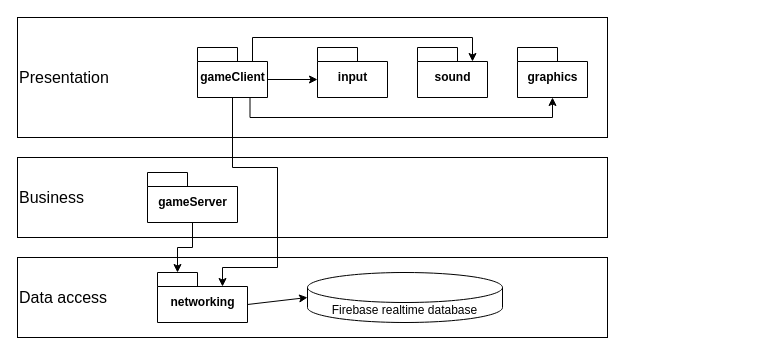
Earlier version of the draw.io diagram docs/diagrams/layer-diagram.drawio (SverreNystad/besieged). Source tidied: cells renumbered, new cells numbered last; positions are measured from the earlier drawing's top-left corner, leaving out a move shared by most shapes. Both pictures are drawn from the tidied source at 100%, with x=0, y=0 at pixel (17, 17).
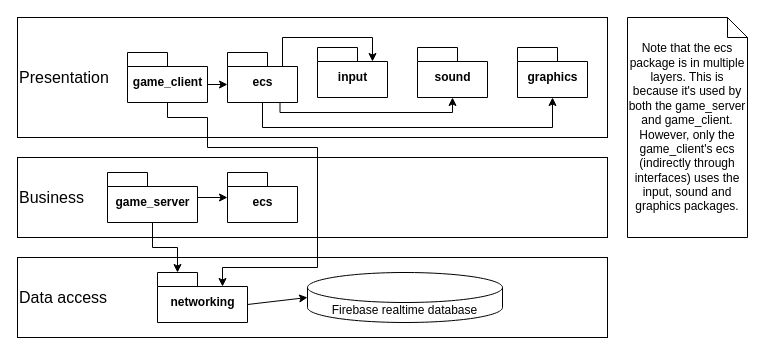
Above is the later version.

Commit message:
update: layer diagram

Unchanged cells that the change refers to:
```xml
<mxCell id="6" value="input" style="shape=folder;fontStyle=1;spacingTop=10;tabWidth=40;tabHeight=14;tabPosition=left;html=1;" parent="1" vertex="1">
  <mxGeometry x="300" y="30" width="70" height="50" as="geometry" />
</mxCell>
<mxCell id="7" value="sound" style="shape=folder;fontStyle=1;spacingTop=10;tabWidth=40;tabHeight=14;tabPosition=left;html=1;" parent="1" vertex="1">
  <mxGeometry x="400" y="30" width="70" height="50" as="geometry" />
</mxCell>
<mxCell id="8" value="graphics" style="shape=folder;fontStyle=1;spacingTop=10;tabWidth=40;tabHeight=14;tabPosition=left;html=1;" parent="1" vertex="1">
  <mxGeometry x="500" y="30" width="70" height="50" as="geometry" />
</mxCell>
<mxCell id="13" value="networking" style="shape=folder;fontStyle=1;spacingTop=10;tabWidth=40;tabHeight=14;tabPosition=left;html=1;" parent="1" vertex="1">
  <mxGeometry x="140" y="255" width="90" height="50" as="geometry" />
</mxCell>
```

Diff of the diagram source:
```diff
@@
-    <mxCell id="5" value="gameClient" style="shape=folder;fontStyle=1;spacingTop=10;tabWidth=40;tabHeight=14;tabPosition=left;html=1;" parent="1" vertex="1">
-      <mxGeometry x="180" y="30" width="70" height="50" as="geometry" />
+    <mxCell id="5" value="game_client" style="shape=folder;fontStyle=1;spacingTop=10;tabWidth=40;tabHeight=14;tabPosition=left;html=1;" parent="1" vertex="1">
+      <mxGeometry x="110" y="35" width="80" height="50" as="geometry" />
     </mxCell>
@@
-    <mxCell id="9" style="endArrow=classic;html=1;rounded=0;exitX=0;exitY=0;exitDx=70;exitDy=32;exitPerimeter=0;entryX=0;entryY=0;entryDx=0;entryDy=32;entryPerimeter=0;edgeStyle=orthogonalEdgeStyle;" parent="1" edge="1" source="5" target="6">
-      <mxGeometry relative="1" as="geometry" />
-    </mxCell>
-    <mxCell id="10" style="endArrow=classic;html=1;rounded=0;exitX=0;exitY=0;exitDx=55;exitDy=14;exitPerimeter=0;entryX=0;entryY=0;entryDx=55;entryDy=14;entryPerimeter=0;edgeStyle=orthogonalEdgeStyle;" parent="1" edge="1" source="5" target="7">
-      <mxGeometry relative="1" as="geometry">
-        <Array as="points">
-          <mxPoint x="235" y="20" />
-          <mxPoint x="455" y="20" />
-        </Array>
-      </mxGeometry>
-    </mxCell>
-    <mxCell id="11" style="endArrow=classic;html=1;rounded=0;exitX=0.75;exitY=1;exitDx=0;exitDy=0;exitPerimeter=0;entryX=0.5;entryY=1;entryDx=0;entryDy=0;entryPerimeter=0;edgeStyle=orthogonalEdgeStyle;" parent="1" edge="1" source="5" target="8">
-      <mxGeometry relative="1" as="geometry">
-        <Array as="points">
-          <mxPoint x="233" y="100" />
-          <mxPoint x="535" y="100" />
-        </Array>
-      </mxGeometry>
-    </mxCell>
+    <mxCell id="18" style="edgeStyle=orthogonalEdgeStyle;rounded=0;jettySize=auto;html=1;" parent="1" edge="1" source="12" target="20">
+      <mxGeometry relative="1" as="geometry" />
+    </mxCell>
-    <mxCell id="12" value="gameServer" style="shape=folder;fontStyle=1;spacingTop=10;tabWidth=40;tabHeight=14;tabPosition=left;html=1;" parent="1" vertex="1">
-      <mxGeometry x="130" y="155" width="90" height="50" as="geometry" />
+    <mxCell id="12" value="game_server" style="shape=folder;fontStyle=1;spacingTop=10;tabWidth=40;tabHeight=14;tabPosition=left;html=1;" parent="1" vertex="1">
+      <mxGeometry x="90" y="155" width="90" height="50" as="geometry" />
     </mxCell>
@@
     <mxCell id="15" style="endArrow=classic;html=1;rounded=0;exitX=0.5;exitY=1;exitDx=0;exitDy=0;exitPerimeter=0;entryX=0;entryY=0;entryDx=65;entryDy=14;entryPerimeter=0;edgeStyle=orthogonalEdgeStyle;" parent="1" edge="1" source="5" target="13">
       <mxGeometry relative="1" as="geometry">
         <Array as="points">
-          <mxPoint x="215" y="150" />
-          <mxPoint x="260" y="150" />
-          <mxPoint x="260" y="250" />
+          <mxPoint x="150" y="100" />
+          <mxPoint x="190" y="100" />
+          <mxPoint x="190" y="130" />
+          <mxPoint x="300" y="130" />
+          <mxPoint x="300" y="250" />
           <mxPoint x="205" y="250" />
         </Array>
       </mxGeometry>
     </mxCell>
@@
+    <mxCell id="19" value="ecs" style="shape=folder;fontStyle=1;spacingTop=10;tabWidth=40;tabHeight=14;tabPosition=left;html=1;" parent="1" vertex="1">
+      <mxGeometry x="210" y="35" width="70" height="50" as="geometry" />
+    </mxCell>
+    <mxCell id="20" value="ecs" style="shape=folder;fontStyle=1;spacingTop=10;tabWidth=40;tabHeight=14;tabPosition=left;html=1;" parent="1" vertex="1">
+      <mxGeometry x="210" y="155" width="70" height="50" as="geometry" />
+    </mxCell>
+    <mxCell id="21" style="endArrow=classic;html=1;rounded=0;exitX=0;exitY=0;exitDx=55;exitDy=14;exitPerimeter=0;entryX=0;entryY=0;entryDx=55;entryDy=14;entryPerimeter=0;edgeStyle=orthogonalEdgeStyle;" parent="1" edge="1" source="19" target="6">
+      <mxGeometry relative="1" as="geometry">
+        <Array as="points">
+          <mxPoint x="265" y="20" />
+          <mxPoint x="355" y="20" />
+        </Array>
+      </mxGeometry>
+    </mxCell>
+    <mxCell id="22" style="endArrow=classic;html=1;rounded=0;exitX=0.75;exitY=1;exitDx=0;exitDy=0;exitPerimeter=0;entryX=0.5;entryY=1;entryDx=0;entryDy=0;entryPerimeter=0;edgeStyle=orthogonalEdgeStyle;" parent="1" edge="1" source="19" target="7">
+      <mxGeometry relative="1" as="geometry" />
+    </mxCell>
+    <mxCell id="23" style="endArrow=classic;html=1;rounded=0;exitX=0.5;exitY=1;exitDx=0;exitDy=0;exitPerimeter=0;entryX=0.5;entryY=1;entryDx=0;entryDy=0;entryPerimeter=0;edgeStyle=orthogonalEdgeStyle;" parent="1" edge="1" source="19" target="8">
+      <mxGeometry relative="1" as="geometry">
+        <Array as="points">
+          <mxPoint x="245" y="110" />
+          <mxPoint x="535" y="110" />
+        </Array>
+      </mxGeometry>
+    </mxCell>
+    <mxCell id="24" value="Note that the ecs package is in multiple layers. This is because it's used by both the game_server and game_client. However, only the game_client's ecs (indirectly through interfaces) uses the input, sound and graphics packages." style="shape=note;size=20;whiteSpace=wrap;html=1;" parent="1" vertex="1">
+      <mxGeometry x="610" width="120" height="220" as="geometry" />
+    </mxCell>
+    <mxCell id="25" style="edgeStyle=orthogonalEdgeStyle;rounded=0;jettySize=auto;html=1;exitX=0;exitY=0;exitDx=80;exitDy=32;exitPerimeter=0;entryX=0;entryY=0;entryDx=0;entryDy=32;entryPerimeter=0;" parent="1" edge="1" source="5" target="19">
+      <mxGeometry relative="1" as="geometry" />
+    </mxCell>
```
